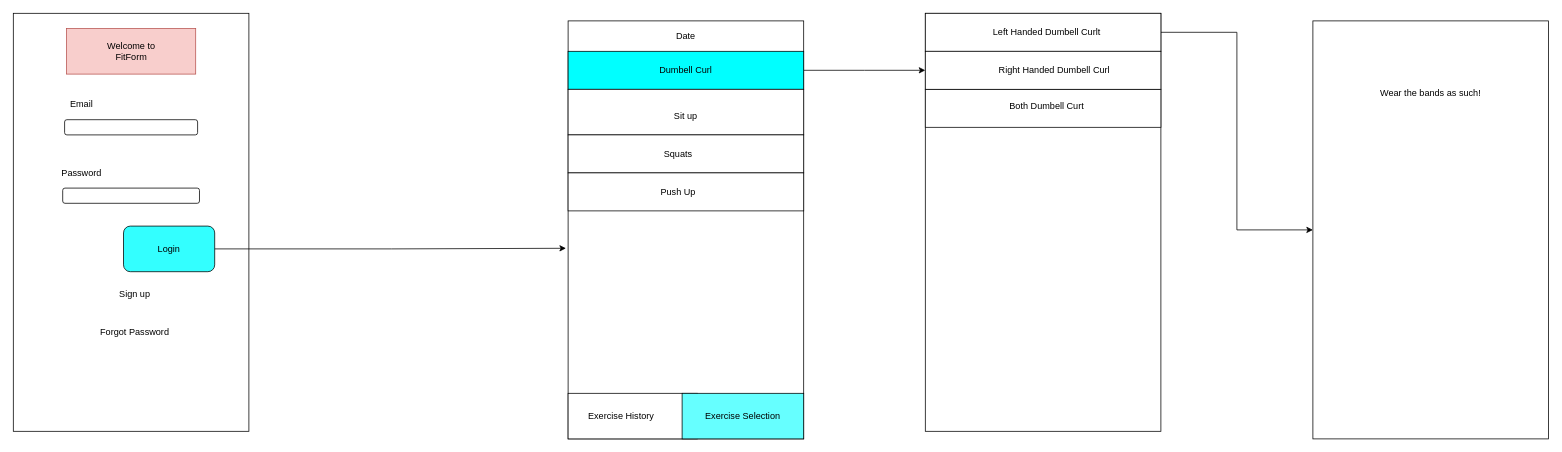
This is Untitled Diagram.drawio from othman127/Capstone_2020-2021, a draw.io file, before an edit. Source tidied: cells renumbered, new cells numbered last; positions are measured from the earlier drawing's top-left corner, leaving out a move shared by most shapes. Both pictures are drawn from the tidied source at 76%, with x=0, y=0 at pixel (13, 13).
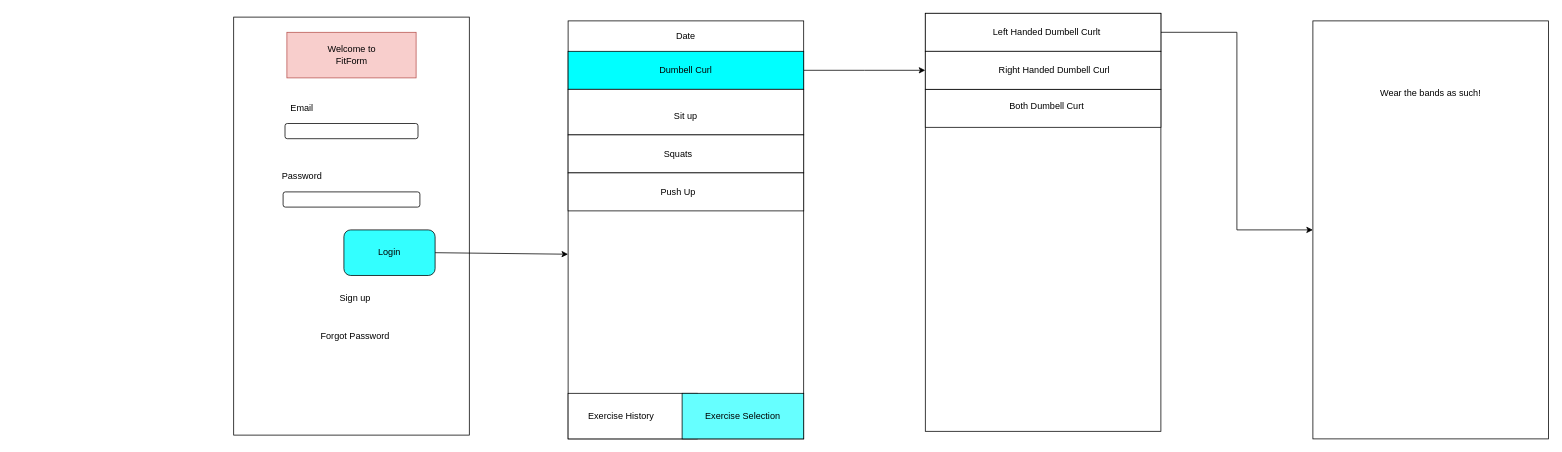
After the change.

The change refers to these unchanged cells:
```xml
<mxCell id="14" style="rounded=0;whiteSpace=wrap;html=1;" parent="1" vertex="1">
  <mxGeometry x="730" y="10" width="310" height="550" as="geometry" />
</mxCell>
```

Change to the diagram source:
```diff
@@
     <mxCell id="2" style="rounded=0;whiteSpace=wrap;html=1;" parent="1" vertex="1">
-      <mxGeometry width="310" height="550" as="geometry" />
+      <mxGeometry x="290" y="5" width="310" height="550" as="geometry" />
     </mxCell>
     <mxCell id="3" style="rounded=0;whiteSpace=wrap;html=1;fillColor=#f8cecc;strokeColor=#b85450;" parent="1" vertex="1">
-      <mxGeometry x="70" y="20" width="170" height="60" as="geometry" />
+      <mxGeometry x="360" y="25" width="170" height="60" as="geometry" />
     </mxCell>
     <mxCell id="4" value="Welcome to FitForm" style="text;html=1;strokeColor=none;fillColor=none;align=center;verticalAlign=middle;whiteSpace=wrap;rounded=0;" parent="1" vertex="1">
-      <mxGeometry x="117.5" y="35" width="75" height="30" as="geometry" />
+      <mxGeometry x="407.5" y="40" width="75" height="30" as="geometry" />
     </mxCell>
     <mxCell id="5" style="rounded=1;whiteSpace=wrap;html=1;" parent="1" vertex="1">
-      <mxGeometry x="67.5" y="140" width="175" height="20" as="geometry" />
+      <mxGeometry x="357.5" y="145" width="175" height="20" as="geometry" />
     </mxCell>
     <mxCell id="6" style="rounded=1;whiteSpace=wrap;html=1;" parent="1" vertex="1">
-      <mxGeometry x="65" y="230" width="180" height="20" as="geometry" />
+      <mxGeometry x="355" y="235" width="180" height="20" as="geometry" />
     </mxCell>
     <mxCell id="7" value="Email" style="text;html=1;strokeColor=none;fillColor=none;align=center;verticalAlign=middle;whiteSpace=wrap;rounded=0;" parent="1" vertex="1">
-      <mxGeometry x="70" y="110" width="40" height="20" as="geometry" />
+      <mxGeometry x="360" y="115" width="40" height="20" as="geometry" />
     </mxCell>
     <mxCell id="8" value="Password" style="text;html=1;strokeColor=none;fillColor=none;align=center;verticalAlign=middle;whiteSpace=wrap;rounded=0;" parent="1" vertex="1">
-      <mxGeometry x="70" y="200" width="40" height="20" as="geometry" />
+      <mxGeometry x="360" y="205" width="40" height="20" as="geometry" />
     </mxCell>
-    <mxCell id="9" style="edgeStyle=orthogonalEdgeStyle;rounded=0;jettySize=auto;html=1;exitX=1;exitY=0.5;exitDx=0;exitDy=0;entryX=-0.009;entryY=0.544;entryDx=0;entryDy=0;entryPerimeter=0;" parent="1" edge="1" source="10" target="14">
-      <mxGeometry relative="1" as="geometry" />
-    </mxCell>
     <mxCell id="10" style="rounded=1;whiteSpace=wrap;html=1;fillColor=#33FFFF;" parent="1" vertex="1">
-      <mxGeometry x="145" y="280" width="120" height="60" as="geometry" />
+      <mxGeometry x="435" y="285" width="120" height="60" as="geometry" />
     </mxCell>
     <mxCell id="11" value="Login" style="text;html=1;strokeColor=none;fillColor=none;align=center;verticalAlign=middle;whiteSpace=wrap;rounded=0;" parent="1" vertex="1">
-      <mxGeometry x="185" y="300" width="40" height="20" as="geometry" />
+      <mxGeometry x="475" y="305" width="40" height="20" as="geometry" />
     </mxCell>
     <mxCell id="12" value="Sign up" style="text;html=1;strokeColor=none;fillColor=none;align=center;verticalAlign=middle;whiteSpace=wrap;rounded=0;" parent="1" vertex="1">
-      <mxGeometry x="130" y="360" width="60" height="20" as="geometry" />
+      <mxGeometry x="420" y="365" width="60" height="20" as="geometry" />
     </mxCell>
     <mxCell id="13" value="Forgot Password" style="text;html=1;strokeColor=none;fillColor=none;align=center;verticalAlign=middle;whiteSpace=wrap;rounded=0;" parent="1" vertex="1">
-      <mxGeometry x="105" y="400" width="110" height="40" as="geometry" />
+      <mxGeometry x="395" y="405" width="110" height="40" as="geometry" />
     </mxCell>
@@
+    <mxCell id="39" style="endArrow=classic;html=1;exitX=1;exitY=0.5;exitDx=0;exitDy=0;" parent="1" edge="1" source="10">
+      <mxGeometry relative="1" as="geometry">
+        <mxPoint x="730" y="317" as="targetPoint" />
+      </mxGeometry>
+    </mxCell>
```
